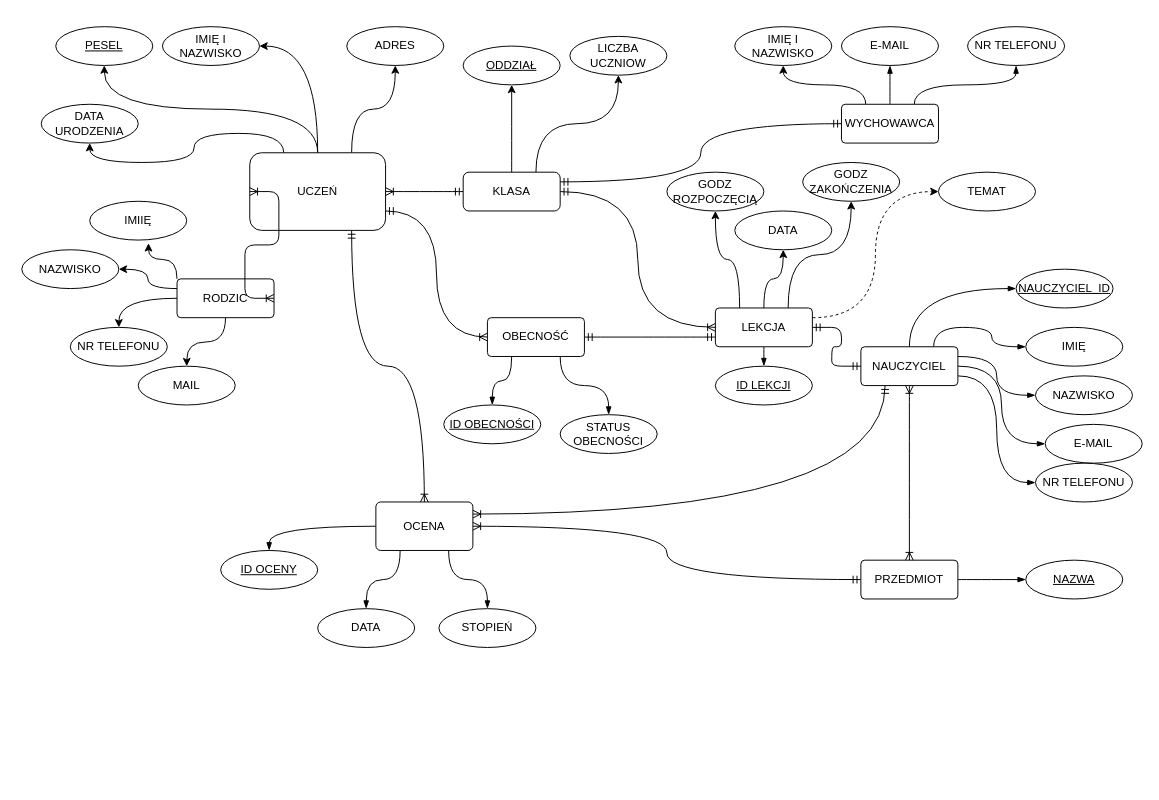
Earlier version of the draw.io diagram page "Page-1" (1 of 2) of Modele/modele.drawio (maciekpajak/BAZY_DANYCH_PROJEKT). Source tidied: cells renumbered, new cells numbered last; positions are measured from the earlier drawing's top-left corner, leaving out a move shared by most shapes. Both pictures are drawn from the tidied source at 97%, with x=0, y=0 at pixel (21, 26).
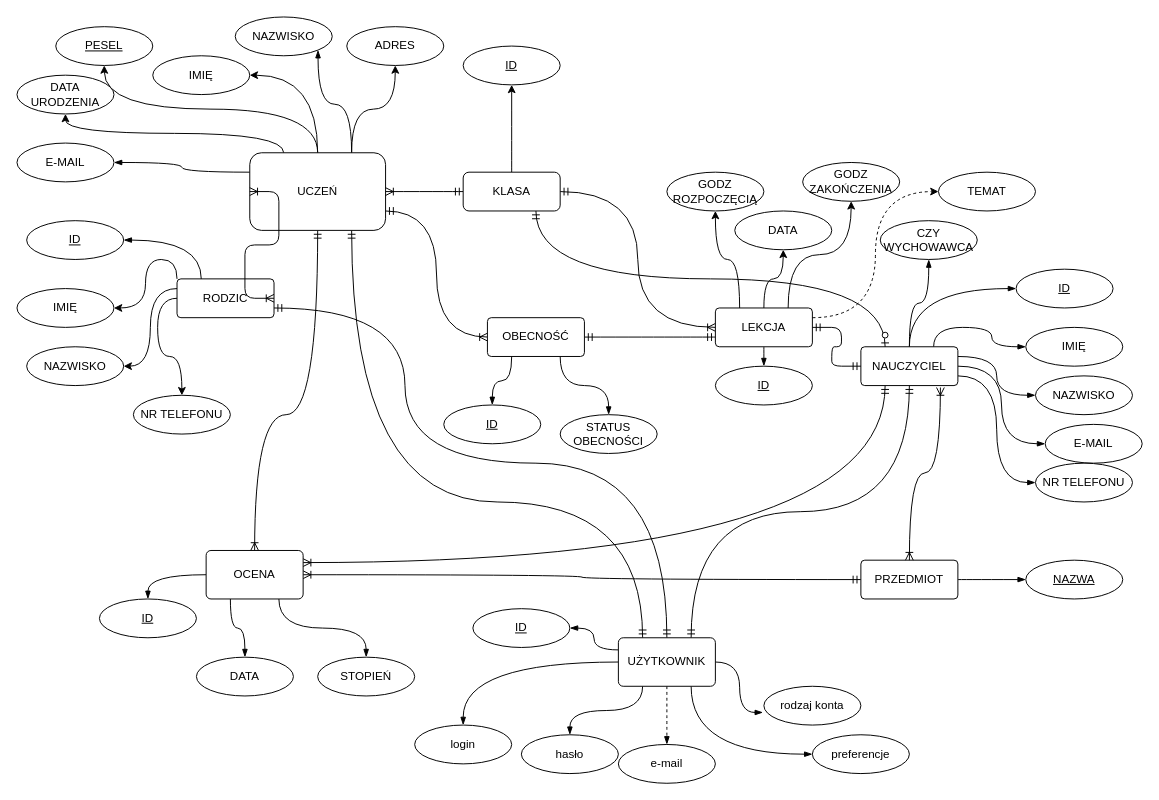
The same diagram, later.

Unchanged cells that the change refers to:
```xml
<mxCell id="8" value="UCZEŃ" style="whiteSpace=wrap;html=1;align=center;rounded=1;" parent="1" vertex="1">
  <mxGeometry x="235" y="130" width="140" height="80" as="geometry" />
</mxCell>
<mxCell id="13" value="KLASA" style="whiteSpace=wrap;html=1;align=center;rounded=1;" parent="1" vertex="1">
  <mxGeometry x="455" y="150" width="100" height="40" as="geometry" />
</mxCell>
<mxCell id="18" value="PRZEDMIOT" style="rounded=1;arcSize=10;whiteSpace=wrap;html=1;align=center;" parent="1" vertex="1">
  <mxGeometry x="865" y="550" width="100" height="40" as="geometry" />
</mxCell>
<mxCell id="26" value="NAUCZYCIEL" style="rounded=1;arcSize=10;whiteSpace=wrap;html=1;align=center;" parent="1" vertex="1">
  <mxGeometry x="865" y="330" width="100" height="40" as="geometry" />
</mxCell>
<mxCell id="37" value="RODZIC" style="rounded=1;arcSize=10;whiteSpace=wrap;html=1;align=center;" parent="1" vertex="1">
  <mxGeometry x="160" y="260" width="100" height="40" as="geometry" />
</mxCell>
```

Diff of the diagram source:
```diff
@@
-    <mxCell id="7" style="edgeStyle=orthogonalEdgeStyle;curved=1;jettySize=auto;html=1;exitX=0.75;exitY=1;exitDx=0;exitDy=0;startArrow=ERmandOne;startFill=0;endArrow=ERoneToMany;endFill=0;" parent="1" edge="1" source="8" target="75">
-      <mxGeometry relative="1" as="geometry" />
+    <mxCell id="7" style="edgeStyle=orthogonalEdgeStyle;curved=1;jettySize=auto;html=1;exitX=0.5;exitY=1;exitDx=0;exitDy=0;startArrow=ERmandOne;startFill=0;endArrow=ERoneToMany;endFill=0;entryX=0.5;entryY=0;entryDx=0;entryDy=0;" parent="1" edge="1" source="8" target="75">
+      <mxGeometry relative="1" as="geometry">
+        <Array as="points">
+          <mxPoint x="305" y="400" />
+          <mxPoint x="240" y="400" />
+        </Array>
+      </mxGeometry>
     </mxCell>
+    <mxCell id="80" style="edgeStyle=orthogonalEdgeStyle;jettySize=auto;html=1;exitX=0;exitY=0.25;exitDx=0;exitDy=0;entryX=1;entryY=0.5;entryDx=0;entryDy=0;endArrow=blockThin;endFill=1;curved=1;" parent="1" edge="1" source="8" target="67">
+      <mxGeometry relative="1" as="geometry" />
+    </mxCell>
+    <mxCell id="81" style="edgeStyle=orthogonalEdgeStyle;curved=1;jettySize=auto;html=1;exitX=0.75;exitY=0;exitDx=0;exitDy=0;entryX=1;entryY=1;entryDx=0;entryDy=0;endArrow=blockThin;endFill=1;" parent="1" edge="1" source="8" target="87">
+      <mxGeometry relative="1" as="geometry" />
+    </mxCell>
+    <mxCell id="82" style="edgeStyle=orthogonalEdgeStyle;curved=1;jettySize=auto;html=1;exitX=0.75;exitY=1;exitDx=0;exitDy=0;entryX=0.25;entryY=0;entryDx=0;entryDy=0;startArrow=ERmandOne;startFill=0;endArrow=ERmandOne;endFill=0;strokeWidth=1;" parent="1" edge="1" source="8" target="96">
+      <mxGeometry relative="1" as="geometry">
+        <Array as="points">
+          <mxPoint x="340" y="490" />
+          <mxPoint x="640" y="490" />
+        </Array>
+      </mxGeometry>
+    </mxCell>
@@
-    <mxCell id="10" style="edgeStyle=orthogonalEdgeStyle;curved=1;comic=0;jettySize=auto;html=1;entryX=0.5;entryY=1;entryDx=0;entryDy=0;shadow=0;strokeColor=#000000;exitX=0.75;exitY=0;exitDx=0;exitDy=0;" parent="1" edge="1" source="13" target="54">
-      <mxGeometry relative="1" as="geometry" />
-    </mxCell>
@@
-    <mxCell id="19" style="edgeStyle=orthogonalEdgeStyle;curved=1;rounded=1;comic=0;jettySize=auto;html=1;exitX=0.5;exitY=1;exitDx=0;exitDy=0;shadow=0;startArrow=ERoneToMany;startFill=0;endArrow=ERoneToMany;endFill=0;strokeColor=#000000;" parent="1" edge="1" source="26" target="18">
+    <mxCell id="19" style="edgeStyle=orthogonalEdgeStyle;curved=1;rounded=1;comic=0;jettySize=auto;html=1;exitX=0.82;exitY=1.05;exitDx=0;exitDy=0;shadow=0;startArrow=ERoneToMany;startFill=0;endArrow=ERoneToMany;endFill=0;strokeColor=#000000;exitPerimeter=0;" parent="1" edge="1" source="26" target="18">
       <mxGeometry relative="1" as="geometry" />
     </mxCell>
@@
+    <mxCell id="83" style="edgeStyle=orthogonalEdgeStyle;jettySize=auto;html=1;exitX=0.5;exitY=0;exitDx=0;exitDy=0;entryX=0.5;entryY=1;entryDx=0;entryDy=0;startArrow=none;startFill=0;endArrow=blockThin;endFill=1;strokeWidth=1;curved=1;" parent="1" edge="1" source="26" target="89">
+      <mxGeometry relative="1" as="geometry" />
+    </mxCell>
+    <mxCell id="84" style="edgeStyle=orthogonalEdgeStyle;curved=1;jettySize=auto;html=1;exitX=0.5;exitY=1;exitDx=0;exitDy=0;entryX=0.75;entryY=0;entryDx=0;entryDy=0;startArrow=ERmandOne;startFill=0;endArrow=ERmandOne;endFill=0;strokeWidth=1;" parent="1" edge="1" source="26" target="96">
+      <mxGeometry relative="1" as="geometry" />
+    </mxCell>
@@
-    <mxCell id="33" style="edgeStyle=orthogonalEdgeStyle;comic=0;jettySize=auto;html=1;exitX=0;exitY=0;exitDx=0;exitDy=0;entryX=0.606;entryY=1.082;entryDx=0;entryDy=0;entryPerimeter=0;shadow=0;strokeColor=#000000;curved=1;" parent="1" edge="1" source="37" target="45">
+    <mxCell id="33" style="edgeStyle=orthogonalEdgeStyle;comic=0;jettySize=auto;html=1;exitX=0;exitY=0;exitDx=0;exitDy=0;entryX=1;entryY=0.5;entryDx=0;entryDy=0;shadow=0;strokeColor=#000000;curved=1;" parent="1" edge="1" source="37" target="45">
       <mxGeometry relative="1" as="geometry" />
     </mxCell>
@@
-    <mxCell id="36" style="edgeStyle=orthogonalEdgeStyle;curved=1;comic=0;jettySize=auto;html=1;exitX=0.5;exitY=1;exitDx=0;exitDy=0;entryX=0.5;entryY=0;entryDx=0;entryDy=0;shadow=0;strokeColor=#000000;" parent="1" edge="1" source="37" target="48">
-      <mxGeometry relative="1" as="geometry" />
-    </mxCell>
+    <mxCell id="85" style="edgeStyle=orthogonalEdgeStyle;curved=1;jettySize=auto;html=1;exitX=0.25;exitY=0;exitDx=0;exitDy=0;entryX=1;entryY=0.5;entryDx=0;entryDy=0;endArrow=blockThin;endFill=1;" parent="1" edge="1" source="37" target="88">
+      <mxGeometry relative="1" as="geometry" />
+    </mxCell>
+    <mxCell id="86" style="edgeStyle=orthogonalEdgeStyle;curved=1;jettySize=auto;html=1;exitX=1;exitY=0.75;exitDx=0;exitDy=0;entryX=0.5;entryY=0;entryDx=0;entryDy=0;startArrow=ERmandOne;startFill=0;endArrow=ERmandOne;endFill=0;strokeWidth=1;" parent="1" edge="1" source="37" target="96">
+      <mxGeometry relative="1" as="geometry">
+        <Array as="points">
+          <mxPoint x="395" y="290" />
+          <mxPoint x="395" y="450" />
+          <mxPoint x="665" y="450" />
+        </Array>
+      </mxGeometry>
+    </mxCell>
@@
-    <mxCell id="38" style="edgeStyle=orthogonalEdgeStyle;curved=1;comic=0;jettySize=auto;html=1;exitX=0.25;exitY=0;exitDx=0;exitDy=0;entryX=0.5;entryY=1;entryDx=0;entryDy=0;shadow=0;strokeColor=#000000;" parent="1" edge="1" source="42" target="55">
-      <mxGeometry relative="1" as="geometry" />
-    </mxCell>
-    <mxCell id="39" style="edgeStyle=orthogonalEdgeStyle;curved=1;rounded=1;comic=0;jettySize=auto;html=1;exitX=0.5;exitY=0;exitDx=0;exitDy=0;entryX=0.5;entryY=1;entryDx=0;entryDy=0;shadow=0;startArrow=none;startFill=0;endArrow=blockThin;endFill=1;strokeColor=#000000;" parent="1" edge="1" source="42" target="67">
-      <mxGeometry relative="1" as="geometry" />
-    </mxCell>
-    <mxCell id="40" style="edgeStyle=orthogonalEdgeStyle;curved=1;rounded=1;comic=0;jettySize=auto;html=1;exitX=0.75;exitY=0;exitDx=0;exitDy=0;shadow=0;startArrow=none;startFill=0;endArrow=blockThin;endFill=1;strokeColor=#000000;" parent="1" edge="1" source="42" target="68">
-      <mxGeometry relative="1" as="geometry" />
-    </mxCell>
-    <mxCell id="41" style="edgeStyle=orthogonalEdgeStyle;curved=1;jettySize=auto;html=1;exitX=0;exitY=0.5;exitDx=0;exitDy=0;entryX=1;entryY=0.25;entryDx=0;entryDy=0;startArrow=ERmandOne;startFill=0;endArrow=ERmandOne;endFill=0;" parent="1" edge="1" source="42" target="13">
-      <mxGeometry relative="1" as="geometry" />
+    <mxCell id="41" style="edgeStyle=orthogonalEdgeStyle;curved=1;jettySize=auto;html=1;exitX=0.25;exitY=0;exitDx=0;exitDy=0;entryX=0.75;entryY=1;entryDx=0;entryDy=0;startArrow=ERzeroToOne;startFill=1;endArrow=ERmandOne;endFill=0;" parent="1" edge="1" source="26" target="13">
+      <mxGeometry relative="1" as="geometry">
+        <Array as="points">
+          <mxPoint x="890" y="260" />
+          <mxPoint x="530" y="260" />
+        </Array>
+      </mxGeometry>
     </mxCell>
-    <mxCell id="42" value="WYCHOWAWCA" style="rounded=1;arcSize=10;whiteSpace=wrap;html=1;align=center;" parent="1" vertex="1">
-      <mxGeometry x="845" y="80" width="100" height="40" as="geometry" />
-    </mxCell>
@@
-    <mxCell id="45" value="IMIIĘ" style="ellipse;whiteSpace=wrap;html=1;align=center;rounded=0;" parent="1" vertex="1">
-      <mxGeometry x="70" y="180" width="100" height="40" as="geometry" />
+    <mxCell id="45" value="IMIĘ" style="ellipse;whiteSpace=wrap;html=1;align=center;rounded=0;" parent="1" vertex="1">
+      <mxGeometry x="-5" y="270" width="100" height="40" as="geometry" />
     </mxCell>
     <mxCell id="46" value="NAZWISKO" style="ellipse;whiteSpace=wrap;html=1;align=center;rounded=0;" parent="1" vertex="1">
-      <mxGeometry y="230" width="100" height="40" as="geometry" />
+      <mxGeometry x="5" y="330" width="100" height="40" as="geometry" />
     </mxCell>
     <mxCell id="47" value="NR TELEFONU" style="ellipse;whiteSpace=wrap;html=1;align=center;rounded=0;" parent="1" vertex="1">
-      <mxGeometry x="50" y="310" width="100" height="40" as="geometry" />
+      <mxGeometry x="115" y="380" width="100" height="40" as="geometry" />
     </mxCell>
-    <mxCell id="48" value="MAIL" style="ellipse;whiteSpace=wrap;html=1;align=center;rounded=0;" parent="1" vertex="1">
-      <mxGeometry x="120" y="350" width="100" height="40" as="geometry" />
-    </mxCell>
-    <mxCell id="49" value="IMIĘ I NAZWISKO" style="ellipse;whiteSpace=wrap;html=1;align=center;rounded=0;" parent="1" vertex="1">
-      <mxGeometry x="145" width="100" height="40" as="geometry" />
+    <mxCell id="49" value="IMIĘ" style="ellipse;whiteSpace=wrap;html=1;align=center;rounded=0;" parent="1" vertex="1">
+      <mxGeometry x="135" y="30" width="100" height="40" as="geometry" />
     </mxCell>
     <mxCell id="50" value="DATA URODZENIA" style="ellipse;whiteSpace=wrap;html=1;align=center;rounded=0;" parent="1" vertex="1">
-      <mxGeometry x="20" y="80" width="100" height="40" as="geometry" />
+      <mxGeometry x="-5" y="50" width="100" height="40" as="geometry" />
     </mxCell>
@@
-    <mxCell id="53" value="ODDZIAŁ" style="ellipse;whiteSpace=wrap;html=1;align=center;fontStyle=4;rounded=0;" parent="1" vertex="1">
+    <mxCell id="53" value="ID" style="ellipse;whiteSpace=wrap;html=1;align=center;fontStyle=4;rounded=0;" parent="1" vertex="1">
       <mxGeometry x="455" y="20" width="100" height="40" as="geometry" />
     </mxCell>
-    <mxCell id="54" value="LICZBA UCZNIOW" style="ellipse;whiteSpace=wrap;html=1;align=center;rounded=0;" parent="1" vertex="1">
-      <mxGeometry x="565" y="10" width="100" height="40" as="geometry" />
-    </mxCell>
-    <mxCell id="55" value="IMIĘ I NAZWISKO" style="ellipse;whiteSpace=wrap;html=1;align=center;rounded=0;" parent="1" vertex="1">
-      <mxGeometry x="735" width="100" height="40" as="geometry" />
-    </mxCell>
@@
     <mxCell id="61" value="STOPIEŃ" style="ellipse;whiteSpace=wrap;html=1;align=center;rounded=0;" parent="1" vertex="1">
-      <mxGeometry x="430" y="600" width="100" height="40" as="geometry" />
+      <mxGeometry x="305" y="650" width="100" height="40" as="geometry" />
     </mxCell>
     <mxCell id="62" value="DATA" style="ellipse;whiteSpace=wrap;html=1;align=center;rounded=0;" parent="1" vertex="1">
-      <mxGeometry x="305" y="600" width="100" height="40" as="geometry" />
+      <mxGeometry x="180" y="650" width="100" height="40" as="geometry" />
     </mxCell>
@@
-    <mxCell id="67" value="E-MAIL" style="ellipse;whiteSpace=wrap;html=1;align=center;rounded=0;" parent="1" vertex="1">
-      <mxGeometry x="845" width="100" height="40" as="geometry" />
-    </mxCell>
-    <mxCell id="68" value="NR TELEFONU" style="ellipse;whiteSpace=wrap;html=1;align=center;rounded=0;" parent="1" vertex="1">
-      <mxGeometry x="975" width="100" height="40" as="geometry" />
-    </mxCell>
@@
-    <mxCell id="70" value="NAUCZYCIEL_ID" style="ellipse;whiteSpace=wrap;html=1;align=center;fontStyle=4;rounded=0;" parent="1" vertex="1">
+    <mxCell id="70" value="ID" style="ellipse;whiteSpace=wrap;html=1;align=center;fontStyle=4;rounded=0;" parent="1" vertex="1">
       <mxGeometry x="1025" y="250" width="100" height="40" as="geometry" />
     </mxCell>
@@
     <mxCell id="75" value="OCENA" style="rounded=1;arcSize=10;whiteSpace=wrap;html=1;align=center;" parent="1" vertex="1">
-      <mxGeometry x="365" y="490" width="100" height="50" as="geometry" />
+      <mxGeometry x="190" y="540" width="100" height="50" as="geometry" />
     </mxCell>
-    <mxCell id="76" value="ID LEKCJI" style="ellipse;whiteSpace=wrap;html=1;align=center;fontStyle=4;" parent="1" vertex="1">
+    <mxCell id="76" value="ID" style="ellipse;whiteSpace=wrap;html=1;align=center;fontStyle=4;" parent="1" vertex="1">
       <mxGeometry x="715" y="350" width="100" height="40" as="geometry" />
     </mxCell>
-    <mxCell id="77" value="ID OCENY" style="ellipse;whiteSpace=wrap;html=1;align=center;fontStyle=4;" parent="1" vertex="1">
-      <mxGeometry x="205" y="540" width="100" height="40" as="geometry" />
+    <mxCell id="77" value="ID" style="ellipse;whiteSpace=wrap;html=1;align=center;fontStyle=4;" parent="1" vertex="1">
+      <mxGeometry x="80" y="590" width="100" height="40" as="geometry" />
     </mxCell>
-    <mxCell id="78" value="ID OBECNOŚCI" style="ellipse;whiteSpace=wrap;html=1;align=center;fontStyle=4;" parent="1" vertex="1">
+    <mxCell id="78" value="ID" style="ellipse;whiteSpace=wrap;html=1;align=center;fontStyle=4;" parent="1" vertex="1">
       <mxGeometry x="435" y="390" width="100" height="40" as="geometry" />
     </mxCell>
@@
+    <mxCell id="67" value="E-MAIL" style="ellipse;whiteSpace=wrap;html=1;align=center;rounded=0;" parent="1" vertex="1">
+      <mxGeometry x="-5" y="120" width="100" height="40" as="geometry" />
+    </mxCell>
+    <mxCell id="87" value="NAZWISKO" style="ellipse;whiteSpace=wrap;html=1;align=center;rounded=0;" parent="1" vertex="1">
+      <mxGeometry x="220" y="-10" width="100" height="40" as="geometry" />
+    </mxCell>
+    <mxCell id="88" value="&lt;u&gt;ID&lt;/u&gt;" style="ellipse;whiteSpace=wrap;html=1;align=center;rounded=0;" parent="1" vertex="1">
+      <mxGeometry x="5" y="200" width="100" height="40" as="geometry" />
+    </mxCell>
+    <mxCell id="89" value="CZY WYCHOWAWCA" style="ellipse;whiteSpace=wrap;html=1;align=center;rounded=0;" parent="1" vertex="1">
+      <mxGeometry x="885" y="200" width="100" height="40" as="geometry" />
+    </mxCell>
+    <mxCell id="90" style="edgeStyle=orthogonalEdgeStyle;curved=1;jettySize=auto;html=1;exitX=0;exitY=0.5;exitDx=0;exitDy=0;entryX=0.5;entryY=0;entryDx=0;entryDy=0;startArrow=none;startFill=0;endArrow=blockThin;endFill=1;strokeWidth=1;" parent="1" edge="1" source="96" target="99">
+      <mxGeometry relative="1" as="geometry" />
+    </mxCell>
+    <mxCell id="91" style="edgeStyle=orthogonalEdgeStyle;curved=1;jettySize=auto;html=1;exitX=0.25;exitY=1;exitDx=0;exitDy=0;entryX=0.5;entryY=0;entryDx=0;entryDy=0;startArrow=none;startFill=0;endArrow=blockThin;endFill=1;strokeWidth=1;" parent="1" edge="1" source="96" target="97">
+      <mxGeometry relative="1" as="geometry" />
+    </mxCell>
+    <mxCell id="92" style="edgeStyle=orthogonalEdgeStyle;curved=1;jettySize=auto;html=1;exitX=0.5;exitY=1;exitDx=0;exitDy=0;entryX=0.5;entryY=0;entryDx=0;entryDy=0;startArrow=none;startFill=0;endArrow=blockThin;endFill=1;strokeWidth=1;dashed=1;" parent="1" edge="1" source="96" target="98">
+      <mxGeometry relative="1" as="geometry" />
+    </mxCell>
+    <mxCell id="93" style="edgeStyle=orthogonalEdgeStyle;curved=1;jettySize=auto;html=1;exitX=0.75;exitY=1;exitDx=0;exitDy=0;entryX=0;entryY=0.5;entryDx=0;entryDy=0;startArrow=none;startFill=0;endArrow=blockThin;endFill=1;strokeWidth=1;" parent="1" edge="1" source="96" target="101">
+      <mxGeometry relative="1" as="geometry" />
+    </mxCell>
+    <mxCell id="94" style="edgeStyle=orthogonalEdgeStyle;curved=1;jettySize=auto;html=1;exitX=1;exitY=0.5;exitDx=0;exitDy=0;entryX=-0.01;entryY=0.675;entryDx=0;entryDy=0;entryPerimeter=0;startArrow=none;startFill=0;endArrow=blockThin;endFill=1;strokeWidth=1;" parent="1" edge="1" source="96" target="100">
+      <mxGeometry relative="1" as="geometry" />
+    </mxCell>
+    <mxCell id="95" style="edgeStyle=orthogonalEdgeStyle;curved=1;jettySize=auto;html=1;exitX=0;exitY=0.25;exitDx=0;exitDy=0;entryX=1;entryY=0.5;entryDx=0;entryDy=0;startArrow=none;startFill=0;endArrow=blockThin;endFill=1;strokeWidth=1;" parent="1" edge="1" source="96" target="102">
+      <mxGeometry relative="1" as="geometry" />
+    </mxCell>
+    <mxCell id="96" value="UŻYTKOWNIK" style="rounded=1;arcSize=10;whiteSpace=wrap;html=1;align=center;" parent="1" vertex="1">
+      <mxGeometry x="615" y="630" width="100" height="50" as="geometry" />
+    </mxCell>
+    <mxCell id="97" value="hasło" style="ellipse;whiteSpace=wrap;html=1;align=center;" parent="1" vertex="1">
+      <mxGeometry x="515" y="730" width="100" height="40" as="geometry" />
+    </mxCell>
+    <mxCell id="98" value="e-mail" style="ellipse;whiteSpace=wrap;html=1;align=center;" parent="1" vertex="1">
+      <mxGeometry x="615" y="740" width="100" height="40" as="geometry" />
+    </mxCell>
+    <mxCell id="99" value="login" style="ellipse;whiteSpace=wrap;html=1;align=center;" parent="1" vertex="1">
+      <mxGeometry x="405" y="720" width="100" height="40" as="geometry" />
+    </mxCell>
+    <mxCell id="100" value="rodzaj konta" style="ellipse;whiteSpace=wrap;html=1;align=center;" parent="1" vertex="1">
+      <mxGeometry x="765" y="680" width="100" height="40" as="geometry" />
+    </mxCell>
+    <mxCell id="101" value="preferencje" style="ellipse;whiteSpace=wrap;html=1;align=center;" parent="1" vertex="1">
+      <mxGeometry x="815" y="730" width="100" height="40" as="geometry" />
+    </mxCell>
+    <mxCell id="102" value="ID" style="ellipse;whiteSpace=wrap;html=1;align=center;fontStyle=4;" parent="1" vertex="1">
+      <mxGeometry x="465" y="600" width="100" height="40" as="geometry" />
+    </mxCell>
```
